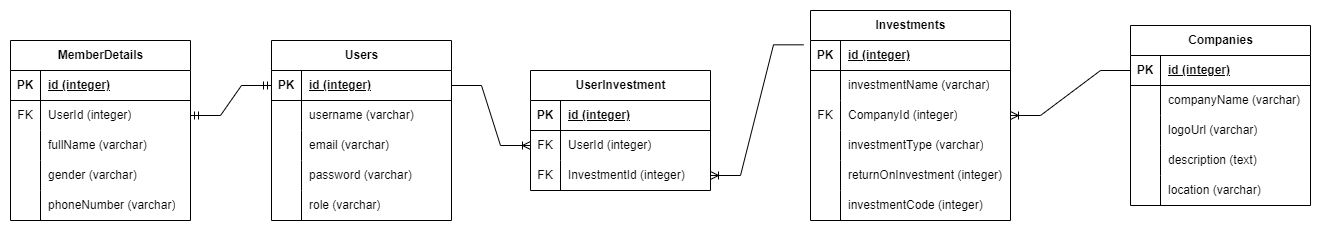
Earlier version of the draw.io export Skema ERD.png (Firkhie/H8-P1-PairProject-Firdig-Annisa). Source tidied: cells renumbered, new cells last; positions are measured from the earlier drawing's top-left corner, leaving out a move shared by most shapes.
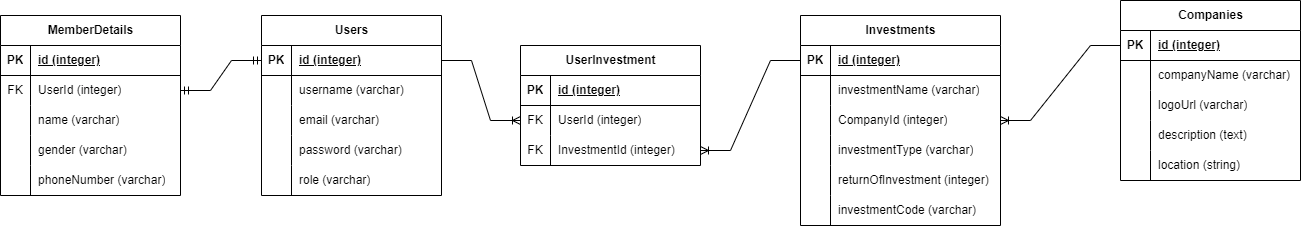
The same file after the commit.

The edit, as a diff of the source:
```diff
@@ -77,7 +77,7 @@
     <mxCell id="26" style="shape=partialRectangle;fillColor=none;top=0;left=0;bottom=0;right=0;overflow=hidden;whiteSpace=wrap;html=1;" parent="25" vertex="1">
       <mxGeometry width="30" height="30" as="geometry" />
     </mxCell>
-    <mxCell id="27" value="fullName (varchar)" style="shape=partialRectangle;fillColor=none;top=0;left=0;bottom=0;right=0;align=left;spacingLeft=6;overflow=hidden;whiteSpace=wrap;html=1;" parent="25" vertex="1">
+    <mxCell id="27" value="name (varchar)" style="shape=partialRectangle;fillColor=none;top=0;left=0;bottom=0;right=0;align=left;spacingLeft=6;overflow=hidden;whiteSpace=wrap;html=1;" parent="25" vertex="1">
       <mxGeometry x="30" width="150" height="30" as="geometry" />
     </mxCell>
     <mxCell id="28" style="shape=tableRow;horizontal=0;startSize=0;swimlaneHead=0;swimlaneBody=0;fillColor=none;top=0;left=0;right=0;bottom=0;" parent="18" vertex="1">
@@ -143,7 +143,7 @@
     <mxCell id="48" style="shape=partialRectangle;fillColor=none;top=0;left=0;bottom=0;right=0;overflow=hidden;whiteSpace=wrap;html=1;" parent="47" vertex="1">
       <mxGeometry width="30" height="30" as="geometry" />
     </mxCell>
-    <mxCell id="49" value="location (varchar)" style="shape=partialRectangle;fillColor=none;top=0;left=0;bottom=0;right=0;align=left;spacingLeft=6;overflow=hidden;whiteSpace=wrap;html=1;" parent="47" vertex="1">
+    <mxCell id="49" value="location (string)" style="shape=partialRectangle;fillColor=none;top=0;left=0;bottom=0;right=0;align=left;spacingLeft=6;overflow=hidden;whiteSpace=wrap;html=1;" parent="47" vertex="1">
       <mxGeometry x="30" width="150" height="30" as="geometry" />
     </mxCell>
     <mxCell id="50" value="UserInvestment" style="shape=table;startSize=30;rowLines=0;fontStyle=1;align=center;html=1;" parent="1" vertex="1">
@@ -186,7 +186,7 @@
       <mxGeometry relative="1" as="geometry" />
     </mxCell>
     <mxCell id="63" value="Investments" style="shape=table;startSize=30;rowLines=0;fontStyle=1;align=center;html=1;" parent="1" vertex="1">
-      <mxGeometry x="800" width="200" height="210" as="geometry" />
+      <mxGeometry x="800" y="30" width="200" height="210" as="geometry" />
     </mxCell>
     <mxCell id="64" style="shape=tableRow;horizontal=0;startSize=0;swimlaneHead=0;swimlaneBody=0;fillColor=none;points=[[0,0.5],[1,0.5]];portConstraint=eastwest;top=0;left=0;right=0;bottom=1;" parent="63" vertex="1">
       <mxGeometry y="30" width="200" height="30" as="geometry" />
@@ -209,7 +209,7 @@
     <mxCell id="70" style="shape=tableRow;horizontal=0;startSize=0;swimlaneHead=0;swimlaneBody=0;fillColor=none;points=[[0,0.5],[1,0.5]];portConstraint=eastwest;top=0;left=0;right=0;bottom=0;" parent="63" vertex="1">
       <mxGeometry y="90" width="200" height="30" as="geometry" />
     </mxCell>
-    <mxCell id="71" value="FK" style="shape=partialRectangle;fillColor=none;top=0;left=0;bottom=0;right=0;overflow=hidden;whiteSpace=wrap;html=1;" parent="70" vertex="1">
+    <mxCell id="71" style="shape=partialRectangle;fillColor=none;top=0;left=0;bottom=0;right=0;overflow=hidden;whiteSpace=wrap;html=1;" parent="70" vertex="1">
       <mxGeometry width="30" height="30" as="geometry" />
     </mxCell>
     <mxCell id="72" value="CompanyId (integer)" style="shape=partialRectangle;fillColor=none;top=0;left=0;bottom=0;right=0;align=left;spacingLeft=6;overflow=hidden;whiteSpace=wrap;html=1;" parent="70" vertex="1">
@@ -230,7 +230,7 @@
     <mxCell id="77" style="shape=partialRectangle;fillColor=none;top=0;left=0;bottom=0;right=0;overflow=hidden;whiteSpace=wrap;html=1;" parent="76" vertex="1">
       <mxGeometry width="30" height="30" as="geometry" />
     </mxCell>
-    <mxCell id="78" value="returnOnInvestment (integer)" style="shape=partialRectangle;fillColor=none;top=0;left=0;bottom=0;right=0;align=left;spacingLeft=6;overflow=hidden;whiteSpace=wrap;html=1;" parent="76" vertex="1">
+    <mxCell id="78" value="returnOfInvestment (integer)" style="shape=partialRectangle;fillColor=none;top=0;left=0;bottom=0;right=0;align=left;spacingLeft=6;overflow=hidden;whiteSpace=wrap;html=1;" parent="76" vertex="1">
       <mxGeometry x="30" width="170" height="30" as="geometry" />
     </mxCell>
     <mxCell id="79" style="shape=tableRow;horizontal=0;startSize=0;swimlaneHead=0;swimlaneBody=0;fillColor=none;top=0;left=0;right=0;bottom=0;" parent="63" vertex="1">
@@ -239,10 +239,10 @@
     <mxCell id="80" style="shape=partialRectangle;fillColor=none;top=0;left=0;bottom=0;right=0;overflow=hidden;whiteSpace=wrap;html=1;" parent="79" vertex="1">
       <mxGeometry width="30" height="30" as="geometry" />
     </mxCell>
-    <mxCell id="81" value="investmentCode (integer)" style="shape=partialRectangle;fillColor=none;top=0;left=0;bottom=0;right=0;align=left;spacingLeft=6;overflow=hidden;whiteSpace=wrap;html=1;" parent="79" vertex="1">
-      <mxGeometry x="30" width="170" height="30" as="geometry" />
-    </mxCell>
+    <mxCell id="83" value="investmentCode (varchar)" style="shape=partialRectangle;fillColor=none;top=0;left=0;bottom=0;right=0;align=left;spacingLeft=6;overflow=hidden;whiteSpace=wrap;html=1;" parent="79" vertex="1">
+      <mxGeometry x="30" width="170" height="30" as="geometry" />
+    </mxCell>
-    <mxCell id="82" style="edgeStyle=entityRelationEdgeStyle;fontSize=12;html=1;endArrow=ERoneToMany;rounded=0;entryX=1;entryY=0.5;entryDx=0;entryDy=0;exitX=-0.035;exitY=0.144;exitDx=0;exitDy=0;exitPerimeter=0;" parent="1" edge="1" source="64" target="57">
+    <mxCell id="82" style="edgeStyle=entityRelationEdgeStyle;fontSize=12;html=1;endArrow=ERoneToMany;rounded=0;entryX=1;entryY=0.5;entryDx=0;entryDy=0;exitX=0;exitY=0.5;exitDx=0;exitDy=0;" parent="1" edge="1" source="64" target="57">
       <mxGeometry relative="1" as="geometry" />
     </mxCell>
   </root>
```
